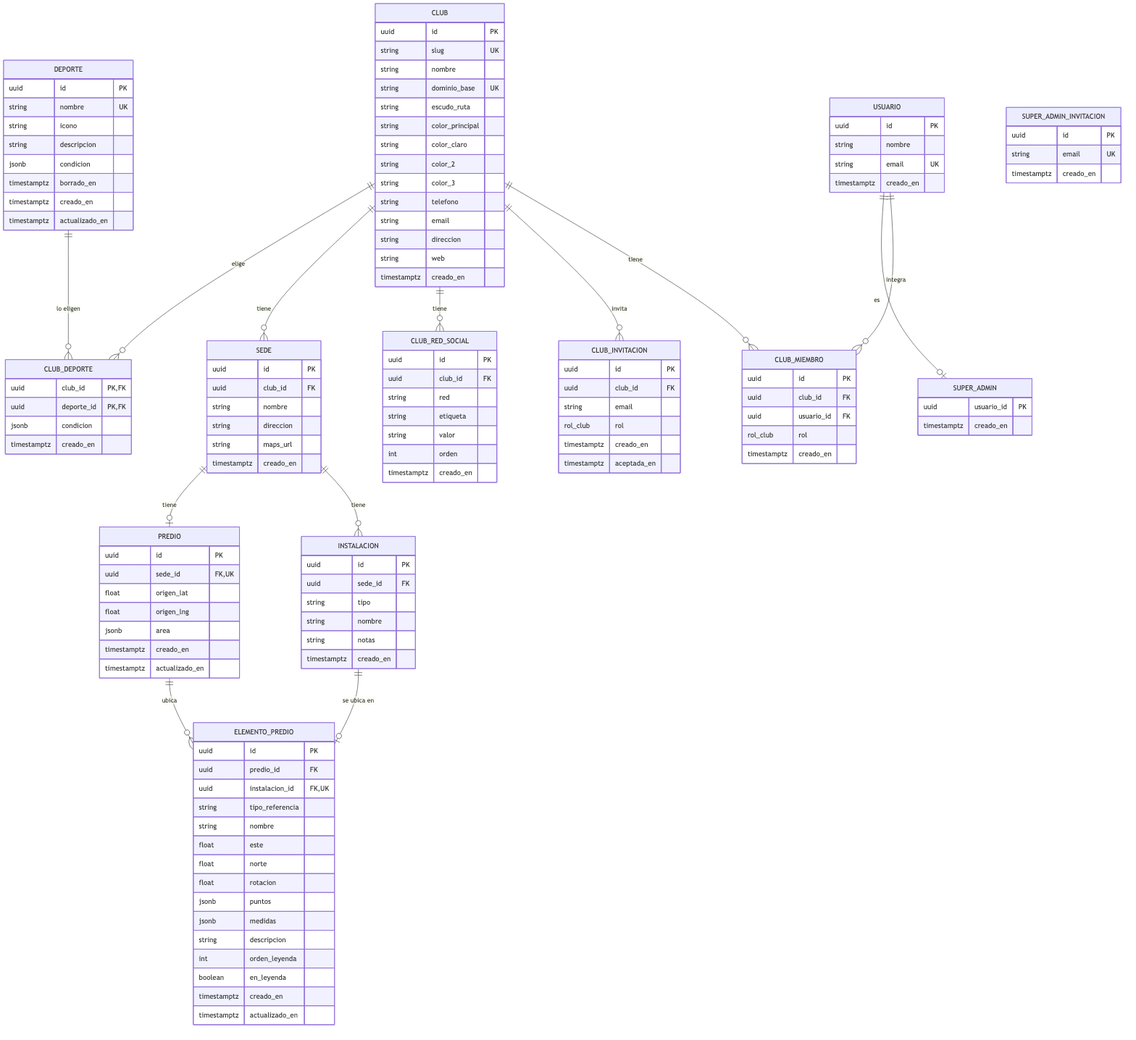
Before: docs/der-el-club.png, a diagram exported from Mermaid (jvallelunga/el-club-app). Its source is kept beside it as docs/der-el-club.mmd. Its diagram source:
```mermaid
erDiagram
    CLUB {
        uuid id PK
        string slug UK
        string nombre
        string dominio_base UK
        string escudo_ruta
        string color_principal
        string color_claro
        string color_2
        string color_3
        string telefono
        string email
        string direccion
        string web
        timestamptz creado_en
    }
    CLUB_RED_SOCIAL {
        uuid id PK
        uuid club_id FK
        string red
        string etiqueta
        string valor
        int orden
        timestamptz creado_en
    }
    SEDE {
        uuid id PK
        uuid club_id FK
        string nombre
        string direccion
        string maps_url
        timestamptz creado_en
    }
    INSTALACION {
        uuid id PK
        uuid sede_id FK
        string tipo
        string nombre
        string notas
        timestamptz creado_en
    }
    PREDIO {
        uuid id PK
        uuid sede_id FK,UK
        float origen_lat
        float origen_lng
        jsonb area
        timestamptz creado_en
        timestamptz actualizado_en
    }
    ELEMENTO_PREDIO {
        uuid id PK
        uuid predio_id FK
        uuid instalacion_id FK,UK
        string tipo_referencia
        string nombre
        float este
        float norte
        float rotacion
        jsonb puntos
        jsonb medidas
        string descripcion
        int orden_leyenda
        boolean en_leyenda
        timestamptz creado_en
        timestamptz actualizado_en
    }
    DEPORTE {
        uuid id PK
        string nombre UK
        string icono
        string descripcion
        jsonb condicion
        timestamptz borrado_en
        timestamptz creado_en
        timestamptz actualizado_en
    }
    CLUB_DEPORTE {
        uuid club_id PK,FK
        uuid deporte_id PK,FK
        jsonb condicion
        timestamptz creado_en
    }
    USUARIO {
        uuid id PK
        string nombre
        string email UK
        timestamptz creado_en
    }
    SUPER_ADMIN {
        uuid usuario_id PK
        timestamptz creado_en
    }
    SUPER_ADMIN_INVITACION {
        uuid id PK
        string email UK
        timestamptz creado_en
    }
    CLUB_MIEMBRO {
        uuid id PK
        uuid club_id FK
        uuid usuario_id FK
        rol_club rol
        timestamptz creado_en
    }
    CLUB_INVITACION {
        uuid id PK
        uuid club_id FK
        string email
        rol_club rol
        timestamptz creado_en
        timestamptz aceptada_en
    }
    CLUB ||--o{ CLUB_MIEMBRO : tiene
    USUARIO ||--o{ CLUB_MIEMBRO : integra
    USUARIO ||--o| SUPER_ADMIN : es
    CLUB ||--o{ CLUB_INVITACION : invita
    CLUB ||--o{ CLUB_RED_SOCIAL : tiene
    CLUB ||--o{ SEDE : tiene
    SEDE ||--o{ INSTALACION : tiene
    SEDE ||--o| PREDIO : tiene
    PREDIO ||--o{ ELEMENTO_PREDIO : ubica
    INSTALACION ||--o| ELEMENTO_PREDIO : "se ubica en"
    CLUB ||--o{ CLUB_DEPORTE : elige
    DEPORTE ||--o{ CLUB_DEPORTE : "lo eligen"
```
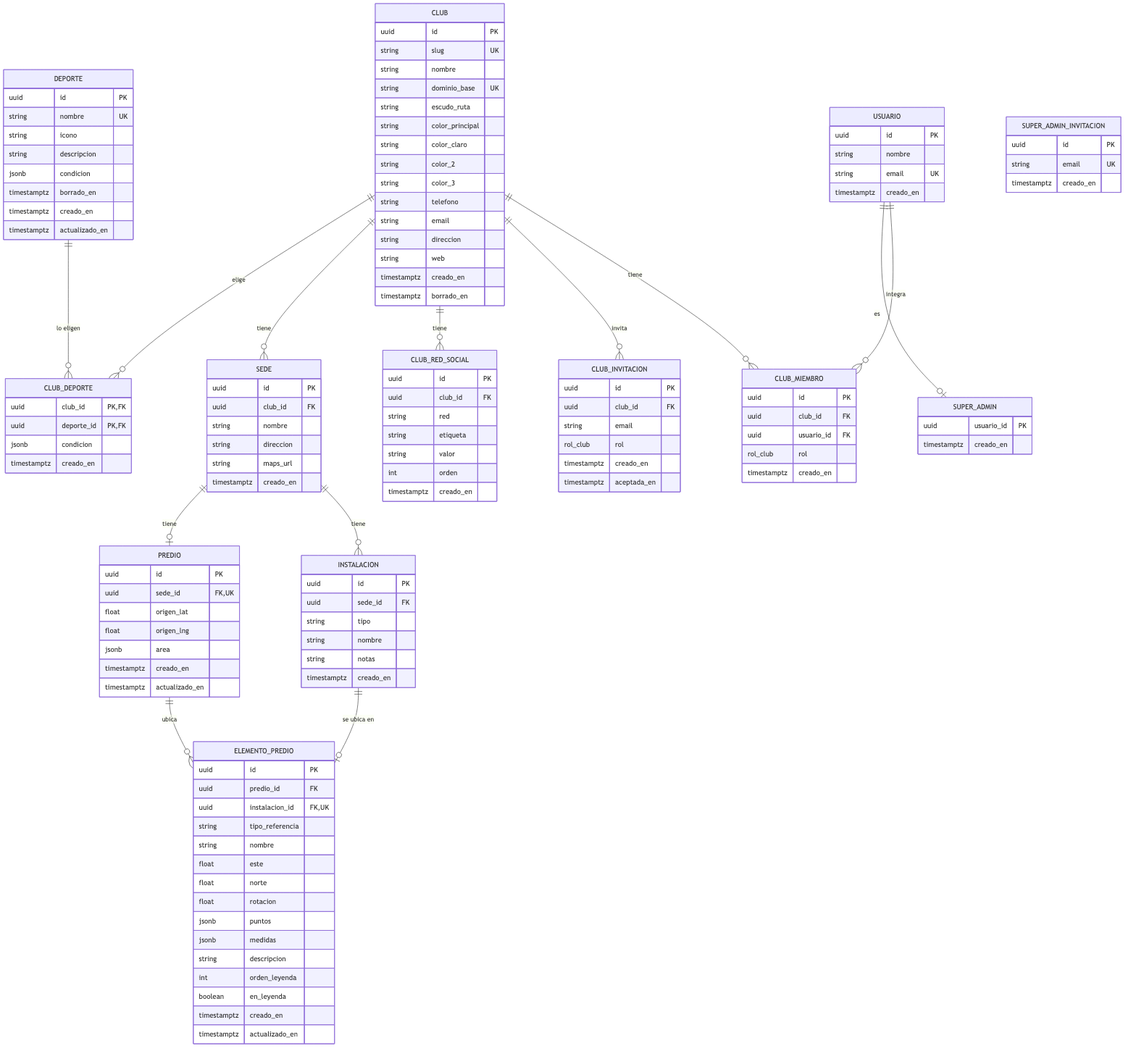
After the change.

What changed in the source:
```diff
@@ -14,6 +14,7 @@
         string direccion
         string web
         timestamptz creado_en
+        timestamptz borrado_en
     }
     CLUB_RED_SOCIAL {
         uuid id PK
```
